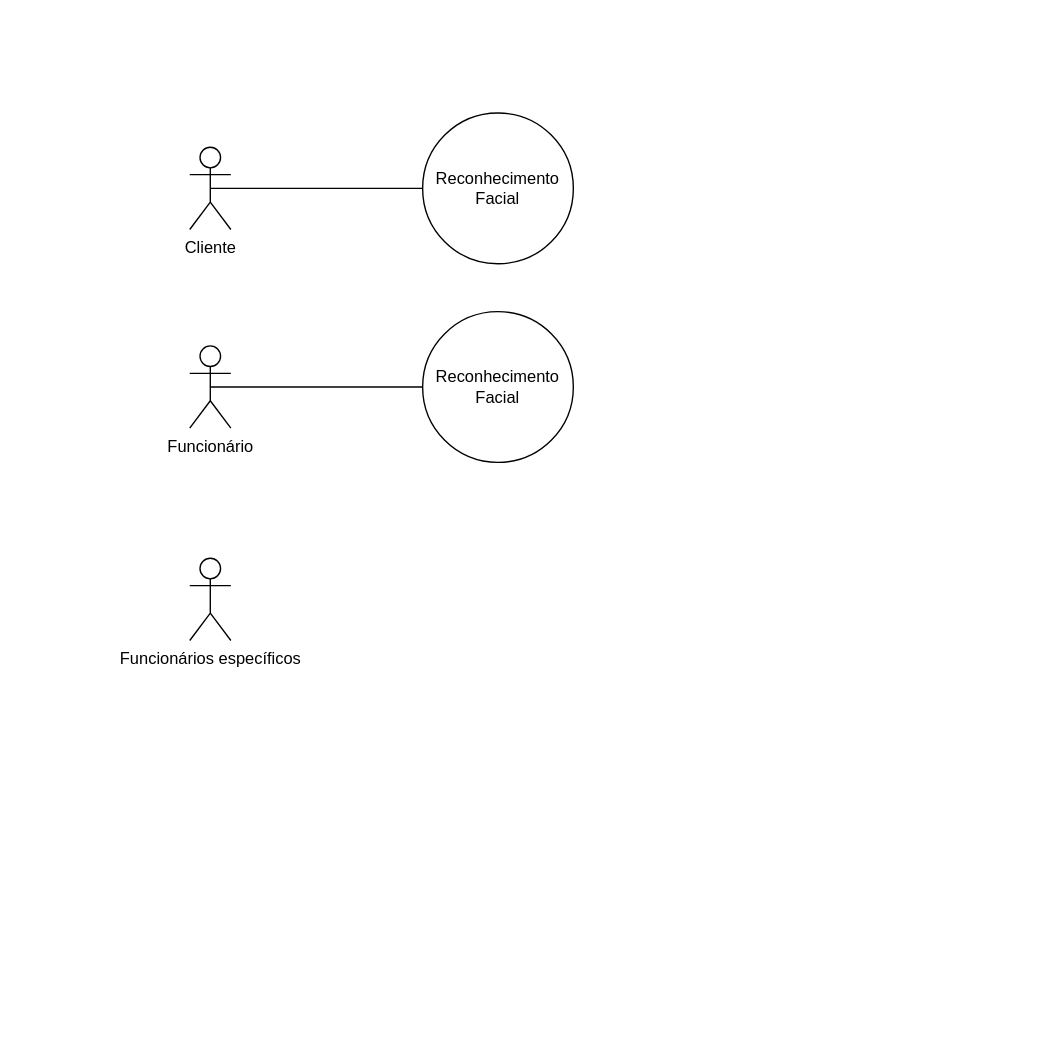
The draw.io diagram Untitled Diagram.drawio in kauemelenek/Banco-de-dados, before the edit. Source tidied: cells renumbered, new cells numbered last; positions are measured from the earlier drawing's top-left corner, leaving out a move shared by most shapes. Both pictures are drawn from the tidied source at 137%, with x=0, y=0 at pixel (189, 112).
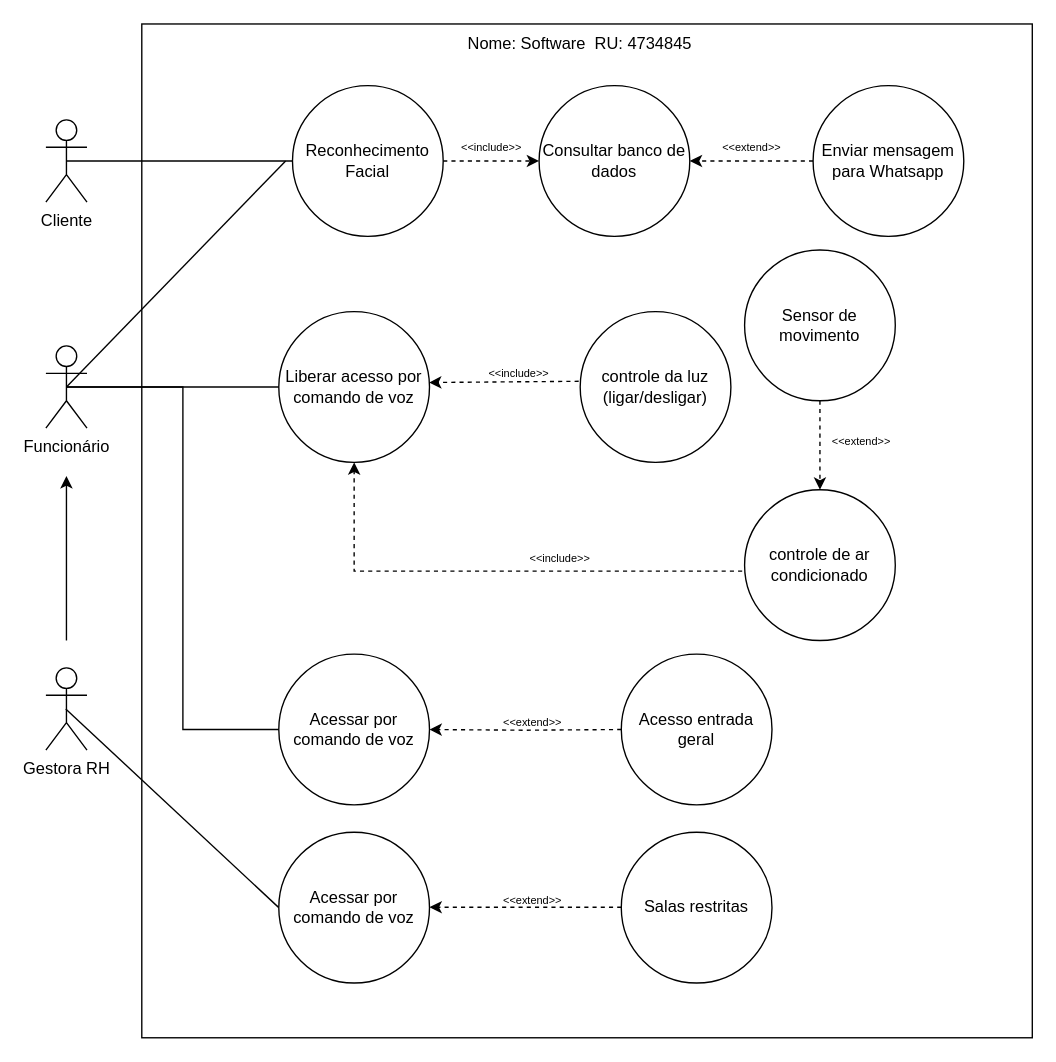
The same page after the edit.

Diff of the diagram source:
```diff
@@
-<mxGraphModel>
+<mxGraphModel background="#FFFFFF">
@@
     <mxCell id="2" value="Funcionário" style="shape=umlActor;verticalLabelPosition=bottom;verticalAlign=top;html=1;outlineConnect=0;" parent="1" vertex="1">
-      <mxGeometry y="170" width="30" height="60" as="geometry" />
+      <mxGeometry x="-105" y="170" width="30" height="60" as="geometry" />
     </mxCell>
-    <mxCell id="3" value="Funcionários específicos" style="shape=umlActor;verticalLabelPosition=bottom;verticalAlign=top;html=1;" parent="1" vertex="1">
-      <mxGeometry y="325" width="30" height="60" as="geometry" />
+    <mxCell id="3" value="Gestora RH" style="shape=umlActor;verticalLabelPosition=bottom;verticalAlign=top;html=1;" parent="1" vertex="1">
+      <mxGeometry x="-105" y="405" width="30" height="60" as="geometry" />
     </mxCell>
     <mxCell id="4" value="Cliente" style="shape=umlActor;verticalLabelPosition=bottom;verticalAlign=top;html=1;outlineConnect=0;" parent="1" vertex="1">
-      <mxGeometry y="25" width="30" height="60" as="geometry" />
+      <mxGeometry x="-105" y="5" width="30" height="60" as="geometry" />
     </mxCell>
     <mxCell id="5" value="Reconhecimento Facial" style="ellipse;whiteSpace=wrap;html=1;" parent="1" vertex="1">
-      <mxGeometry x="170" width="110" height="110" as="geometry" />
+      <mxGeometry x="75" y="-20" width="110" height="110" as="geometry" />
     </mxCell>
-    <mxCell id="6" value="Reconhecimento Facial" style="ellipse;whiteSpace=wrap;html=1;" parent="1" vertex="1">
-      <mxGeometry x="170" y="145" width="110" height="110" as="geometry" />
+    <mxCell id="6" value="Liberar acesso por comando de voz" style="ellipse;whiteSpace=wrap;html=1;" parent="1" vertex="1">
+      <mxGeometry x="65" y="145" width="110" height="110" as="geometry" />
     </mxCell>
@@
+    <mxCell id="9" value="controle da luz (ligar/desligar)" style="ellipse;whiteSpace=wrap;html=1;" parent="1" vertex="1">
+      <mxGeometry x="285" y="145" width="110" height="110" as="geometry" />
+    </mxCell>
+    <mxCell id="10" style="endArrow=classic;html=1;rounded=0;exitX=-0.01;exitY=0.462;exitDx=0;exitDy=0;entryX=0.997;entryY=0.47;entryDx=0;entryDy=0;entryPerimeter=0;dashed=1;exitPerimeter=0;" parent="1" edge="1" source="9" target="6">
+      <mxGeometry relative="1" as="geometry" />
+    </mxCell>
+    <mxCell id="11" value="&amp;lt;&amp;lt;include&amp;gt;&amp;gt;" style="text;html=1;align=center;verticalAlign=middle;strokeColor=none;fillColor=none;fontSize=8;" parent="1" vertex="1">
+      <mxGeometry x="205" y="180" width="70" height="20" as="geometry" />
+    </mxCell>
+    <mxCell id="12" value="Sensor de movimento" style="ellipse;whiteSpace=wrap;html=1;" parent="1" vertex="1">
+      <mxGeometry x="405" y="100" width="110" height="110" as="geometry" />
+    </mxCell>
+    <mxCell id="13" value="controle de ar condicionado" style="ellipse;whiteSpace=wrap;html=1;" parent="1" vertex="1">
+      <mxGeometry x="405" y="275" width="110" height="110" as="geometry" />
+    </mxCell>
+    <mxCell id="14" style="endArrow=classic;html=1;rounded=0;exitX=-0.016;exitY=0.54;exitDx=0;exitDy=0;entryX=0.5;entryY=1;entryDx=0;entryDy=0;dashed=1;exitPerimeter=0;edgeStyle=orthogonalEdgeStyle;" parent="1" edge="1" source="13" target="6">
+      <mxGeometry relative="1" as="geometry" />
+    </mxCell>
+    <mxCell id="15" style="endArrow=classic;html=1;rounded=0;entryX=0.5;entryY=0;entryDx=0;entryDy=0;dashed=1;exitX=0.5;exitY=1;exitDx=0;exitDy=0;" parent="1" edge="1" source="12" target="13">
+      <mxGeometry relative="1" as="geometry" />
+    </mxCell>
+    <mxCell id="16" value="&amp;lt;&amp;lt;extend&amp;gt;&amp;gt;" style="text;html=1;align=center;verticalAlign=middle;strokeColor=none;fillColor=none;fontSize=8;" parent="1" vertex="1">
+      <mxGeometry x="455" y="230" width="70" height="20" as="geometry" />
+    </mxCell>
+    <mxCell id="17" value="&amp;lt;&amp;lt;include&amp;gt;&amp;gt;" style="text;html=1;align=center;verticalAlign=middle;strokeColor=none;fillColor=none;fontSize=8;" parent="1" vertex="1">
+      <mxGeometry x="235" y="315" width="70" height="20" as="geometry" />
+    </mxCell>
+    <mxCell id="18" value="Consultar banco de dados" style="ellipse;whiteSpace=wrap;html=1;" parent="1" vertex="1">
+      <mxGeometry x="255" y="-20" width="110" height="110" as="geometry" />
+    </mxCell>
+    <mxCell id="19" style="endArrow=classic;html=1;rounded=0;exitX=1;exitY=0.5;exitDx=0;exitDy=0;entryX=0;entryY=0.5;entryDx=0;entryDy=0;dashed=1;" parent="1" edge="1" source="5" target="18">
+      <mxGeometry relative="1" as="geometry" />
+    </mxCell>
+    <mxCell id="20" value="&amp;lt;&amp;lt;extend&amp;gt;&amp;gt;" style="text;html=1;align=center;verticalAlign=middle;strokeColor=none;fillColor=none;fontSize=8;" parent="1" vertex="1">
+      <mxGeometry x="375" y="15" width="70" height="20" as="geometry" />
+    </mxCell>
+    <mxCell id="21" value="Enviar mensagem para Whatsapp" style="ellipse;whiteSpace=wrap;html=1;" parent="1" vertex="1">
+      <mxGeometry x="455" y="-20" width="110" height="110" as="geometry" />
+    </mxCell>
+    <mxCell id="22" style="endArrow=classic;html=1;rounded=0;exitX=0;exitY=0.5;exitDx=0;exitDy=0;entryX=1;entryY=0.5;entryDx=0;entryDy=0;dashed=1;" parent="1" edge="1" source="21" target="18">
+      <mxGeometry relative="1" as="geometry" />
+    </mxCell>
+    <mxCell id="23" value="Acessar por comando de voz" style="ellipse;whiteSpace=wrap;html=1;" parent="1" vertex="1">
+      <mxGeometry x="65" y="395" width="110" height="110" as="geometry" />
+    </mxCell>
+    <mxCell id="24" value="Acesso entrada geral" style="ellipse;whiteSpace=wrap;html=1;" parent="1" vertex="1">
+      <mxGeometry x="315" y="395" width="110" height="110" as="geometry" />
+    </mxCell>
+    <mxCell id="25" style="endArrow=classic;html=1;rounded=0;entryX=1;entryY=0.5;entryDx=0;entryDy=0;dashed=1;edgeStyle=orthogonalEdgeStyle;" parent="1" edge="1" target="23">
+      <mxGeometry relative="1" as="geometry">
+        <mxPoint x="315" y="450" as="sourcePoint" />
+      </mxGeometry>
+    </mxCell>
+    <mxCell id="26" value="&amp;lt;&amp;lt;extend&amp;gt;&amp;gt;" style="text;html=1;align=center;verticalAlign=middle;strokeColor=none;fillColor=none;fontSize=8;" parent="1" vertex="1">
+      <mxGeometry x="215" y="435" width="70" height="20" as="geometry" />
+    </mxCell>
+    <mxCell id="27" style="endArrow=none;html=1;rounded=0;entryX=0;entryY=0.5;entryDx=0;entryDy=0;exitX=0.5;exitY=0.5;exitDx=0;exitDy=0;exitPerimeter=0;edgeStyle=orthogonalEdgeStyle;" parent="1" edge="1" source="2" target="23">
+      <mxGeometry relative="1" as="geometry" />
+    </mxCell>
+    <mxCell id="28" style="endArrow=none;html=1;rounded=0;entryX=0;entryY=0.5;entryDx=0;entryDy=0;exitX=0.5;exitY=0.5;exitDx=0;exitDy=0;exitPerimeter=0;" parent="1" edge="1" target="29">
+      <mxGeometry relative="1" as="geometry">
+        <mxPoint x="-90.5" y="435" as="sourcePoint" />
+      </mxGeometry>
+    </mxCell>
+    <mxCell id="29" value="Acessar por comando de voz" style="ellipse;whiteSpace=wrap;html=1;" parent="1" vertex="1">
+      <mxGeometry x="65" y="525" width="110" height="110" as="geometry" />
+    </mxCell>
+    <mxCell id="30" style="endArrow=classic;html=1;rounded=0;entryX=1;entryY=0.5;entryDx=0;entryDy=0;dashed=1;edgeStyle=orthogonalEdgeStyle;" parent="1" edge="1">
+      <mxGeometry relative="1" as="geometry">
+        <mxPoint x="315" y="579.7" as="sourcePoint" />
+        <mxPoint x="175" y="579.7" as="targetPoint" />
+      </mxGeometry>
+    </mxCell>
+    <mxCell id="31" value="Salas restritas" style="ellipse;whiteSpace=wrap;html=1;" parent="1" vertex="1">
+      <mxGeometry x="315" y="525" width="110" height="110" as="geometry" />
+    </mxCell>
+    <mxCell id="32" value="&amp;lt;&amp;lt;extend&amp;gt;&amp;gt;" style="text;html=1;align=center;verticalAlign=middle;strokeColor=none;fillColor=none;fontSize=8;" parent="1" vertex="1">
+      <mxGeometry x="215" y="565" width="70" height="20" as="geometry" />
+    </mxCell>
+    <mxCell id="33" value="&amp;lt;&amp;lt;include&amp;gt;&amp;gt;" style="text;html=1;align=center;verticalAlign=middle;strokeColor=none;fillColor=none;fontSize=8;" parent="1" vertex="1">
+      <mxGeometry x="185" y="15" width="70" height="20" as="geometry" />
+    </mxCell>
+    <mxCell id="34" style="rounded=0;whiteSpace=wrap;html=1;fillColor=none;" parent="1" vertex="1">
+      <mxGeometry x="-35" y="-65" width="650" height="740" as="geometry" />
+    </mxCell>
+    <mxCell id="35" value="Nome: Software&amp;nbsp; RU: 4734845" style="text;html=1;align=center;verticalAlign=middle;whiteSpace=wrap;rounded=0;" parent="1" vertex="1">
+      <mxGeometry x="195" y="-65" width="180" height="30" as="geometry" />
+    </mxCell>
+    <mxCell id="36" style="endArrow=classic;html=1;rounded=0;" parent="1" edge="1">
+      <mxGeometry relative="1" as="geometry">
+        <mxPoint x="-90" y="385" as="sourcePoint" />
+        <mxPoint x="-90" y="265" as="targetPoint" />
+      </mxGeometry>
+    </mxCell>
+    <mxCell id="37" style="endArrow=none;html=1;rounded=0;" parent="1" edge="1">
+      <mxGeometry relative="1" as="geometry">
+        <mxPoint x="-90" y="200" as="sourcePoint" />
+        <mxPoint x="70" y="35" as="targetPoint" />
+      </mxGeometry>
+    </mxCell>
```
